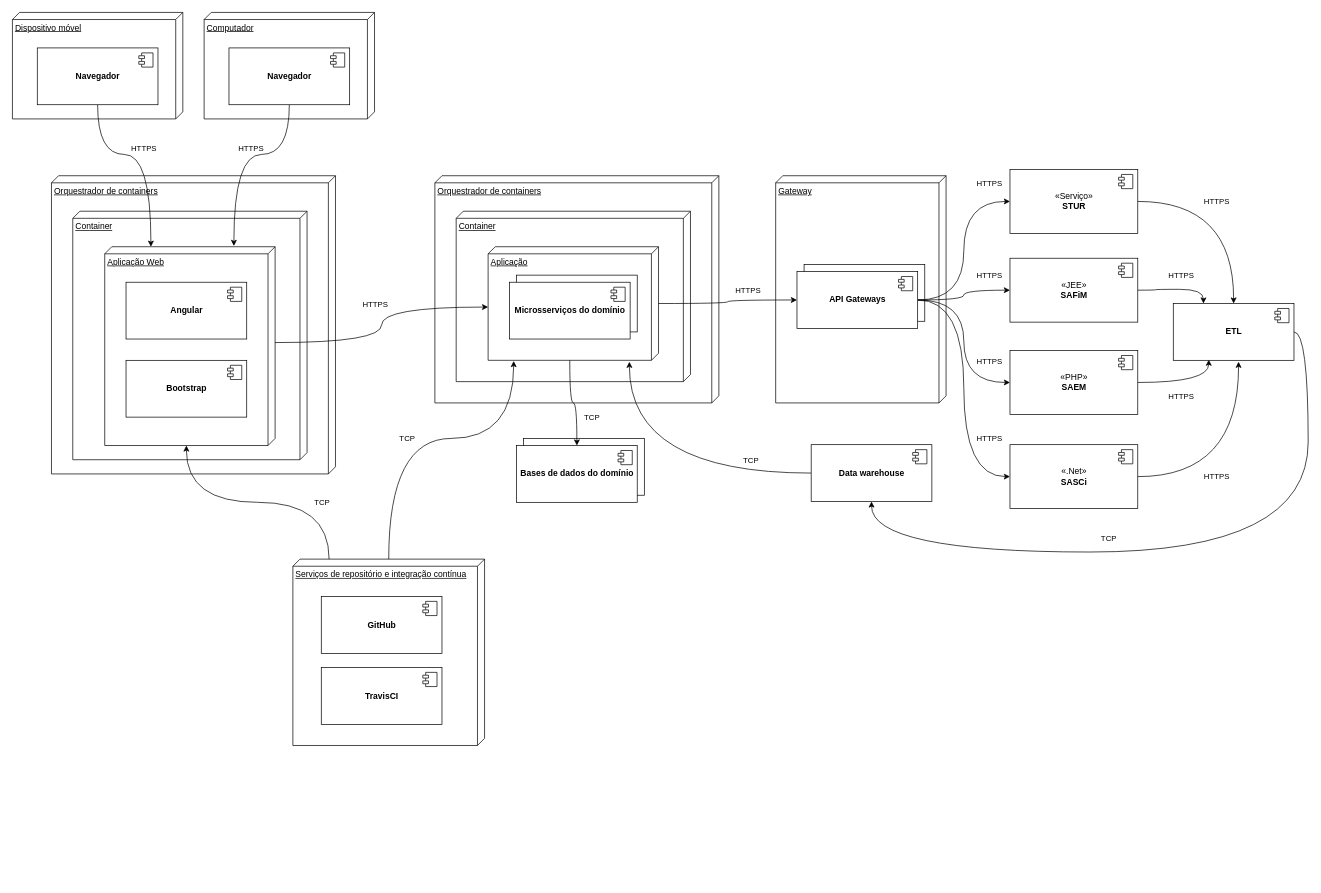
The draw.io diagram diagrama-de-implantacao.drawio in sgm-poc/sgm-diagramas, before the edit. Source tidied: cells renumbered, new cells numbered last; positions are measured from the earlier drawing's top-left corner, leaving out a move shared by most shapes. Both pictures are drawn from the tidied source at 71%, with x=0, y=0 at pixel (12, 12).
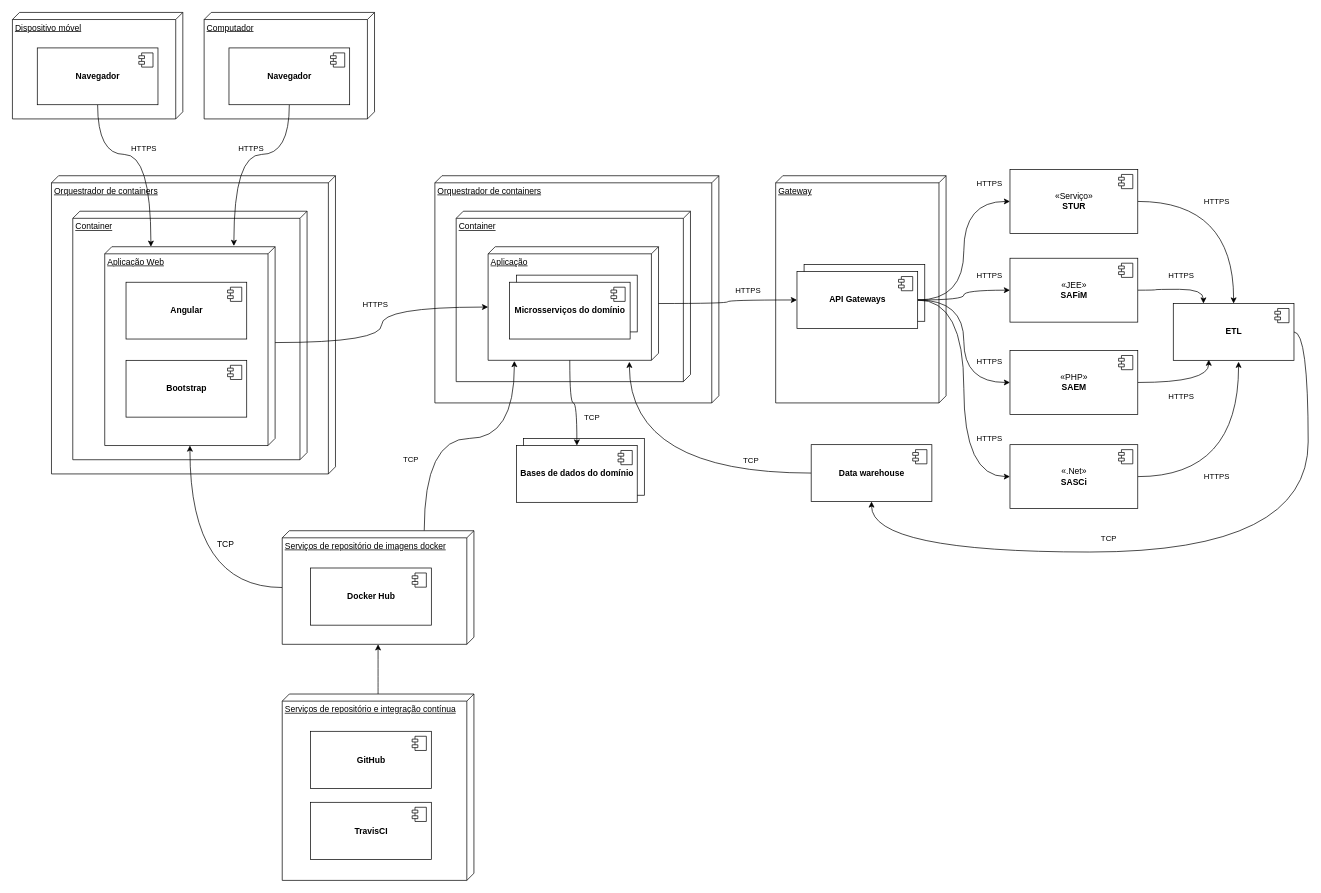
Above is the later version.

Unchanged cells that the change refers to:
```xml
<mxCell id="14" value="Aplicação Web" style="verticalAlign=top;align=left;spacingTop=8;spacingLeft=2;spacingRight=12;shape=cube;size=10;direction=south;fontStyle=4;html=1;" parent="1" vertex="1">
  <mxGeometry x="130" y="330" width="240" height="280" as="geometry" />
</mxCell>
<mxCell id="21" value="Aplicação" style="verticalAlign=top;align=left;spacingTop=8;spacingLeft=2;spacingRight=12;shape=cube;size=10;direction=south;fontStyle=4;html=1;" parent="1" vertex="1">
  <mxGeometry x="670" y="330" width="240" height="160" as="geometry" />
</mxCell>
```

What changed in the source:
```diff
@@
+    <mxCell id="79" style="edgeStyle=orthogonalEdgeStyle;rounded=0;jettySize=auto;html=1;curved=1;" parent="1" edge="1" source="2" target="83">
+      <mxGeometry relative="1" as="geometry" />
+    </mxCell>
     <mxCell id="2" value="Serviços de repositório e integração contínua" style="verticalAlign=top;align=left;spacingTop=8;spacingLeft=2;spacingRight=12;shape=cube;size=10;direction=south;fontStyle=4;html=1;" parent="1" vertex="1">
-      <mxGeometry x="395" y="770" width="270" height="262.5" as="geometry" />
+      <mxGeometry x="380" y="960" width="270" height="262.5" as="geometry" />
     </mxCell>
@@
     <mxCell id="54" value="&lt;b&gt;GitHub&lt;/b&gt;" style="html=1;" parent="1" vertex="1">
-      <mxGeometry x="435" y="822.5" width="170" height="80.5" as="geometry" />
+      <mxGeometry x="420" y="1012.5" width="170" height="80.5" as="geometry" />
     </mxCell>
@@
     <mxCell id="56" value="&lt;b&gt;TravisCI&lt;/b&gt;" style="html=1;" parent="1" vertex="1">
-      <mxGeometry x="435" y="922.5" width="170" height="80.5" as="geometry" />
+      <mxGeometry x="420" y="1112.5" width="170" height="80.5" as="geometry" />
     </mxCell>
@@
-    <mxCell id="75" style="edgeStyle=orthogonalEdgeStyle;curved=1;rounded=0;jettySize=auto;html=1;entryX=1.006;entryY=0.85;entryDx=0;entryDy=0;entryPerimeter=0;" parent="1" edge="1" source="2" target="21">
-      <mxGeometry relative="1" as="geometry">
-        <Array as="points">
-          <mxPoint x="530" y="600" />
-          <mxPoint x="706" y="600" />
-        </Array>
-      </mxGeometry>
-    </mxCell>
-    <mxCell id="76" value="TCP" style="edgeLabel;html=1;align=center;verticalAlign=middle;" parent="75" vertex="1">
-      <mxGeometry x="0.07" y="1" relative="1" as="geometry">
-        <mxPoint x="-48" as="offset" />
-      </mxGeometry>
-    </mxCell>
-    <mxCell id="77" style="edgeStyle=orthogonalEdgeStyle;curved=1;rounded=0;jettySize=auto;html=1;entryX=0;entryY=0;entryDx=280;entryDy=125;entryPerimeter=0;exitX=0;exitY=0.811;exitDx=0;exitDy=0;exitPerimeter=0;" parent="1" edge="1" source="2" target="14">
-      <mxGeometry relative="1" as="geometry" />
-    </mxCell>
-    <mxCell id="78" value="TCP" style="edgeLabel;html=1;align=center;verticalAlign=middle;" parent="77" vertex="1">
-      <mxGeometry x="0.56" y="-40" relative="1" as="geometry">
-        <mxPoint x="150" as="offset" />
-      </mxGeometry>
-    </mxCell>
+    <mxCell id="80" style="edgeStyle=orthogonalEdgeStyle;curved=1;rounded=0;jettySize=auto;html=1;" parent="1" edge="1" source="83" target="14">
+      <mxGeometry relative="1" as="geometry" />
+    </mxCell>
+    <mxCell id="81" style="edgeStyle=orthogonalEdgeStyle;curved=1;rounded=0;jettySize=auto;html=1;entryX=1.006;entryY=0.846;entryDx=0;entryDy=0;entryPerimeter=0;" parent="1" edge="1" source="83" target="21">
+      <mxGeometry relative="1" as="geometry">
+        <Array as="points">
+          <mxPoint x="580" y="600" />
+          <mxPoint x="707" y="600" />
+        </Array>
+      </mxGeometry>
+    </mxCell>
+    <mxCell id="82" value="TCP" style="edgeLabel;html=1;align=center;verticalAlign=middle;" parent="81" vertex="1">
+      <mxGeometry x="-0.51" y="-11" relative="1" as="geometry">
+        <mxPoint x="-31" y="-11" as="offset" />
+      </mxGeometry>
+    </mxCell>
+    <mxCell id="83" value="Serviços de repositório de imagens docker" style="verticalAlign=top;align=left;spacingTop=8;spacingLeft=2;spacingRight=12;shape=cube;size=10;direction=south;fontStyle=4;html=1;" parent="1" vertex="1">
+      <mxGeometry x="380" y="730" width="270" height="160" as="geometry" />
+    </mxCell>
+    <mxCell id="84" value="&lt;b&gt;Docker Hub&lt;/b&gt;" style="html=1;" parent="1" vertex="1">
+      <mxGeometry x="420" y="782.5" width="170" height="80.5" as="geometry" />
+    </mxCell>
+    <mxCell id="85" style="shape=component;jettyWidth=8;jettyHeight=4;" parent="84" vertex="1">
+      <mxGeometry x="1" width="20" height="20" relative="1" as="geometry">
+        <mxPoint x="-27" y="7" as="offset" />
+      </mxGeometry>
+    </mxCell>
+    <mxCell id="86" value="TCP" style="text;html=1;align=center;verticalAlign=middle;" parent="1" vertex="1">
+      <mxGeometry x="280" y="740" width="40" height="20" as="geometry" />
+    </mxCell>
```
